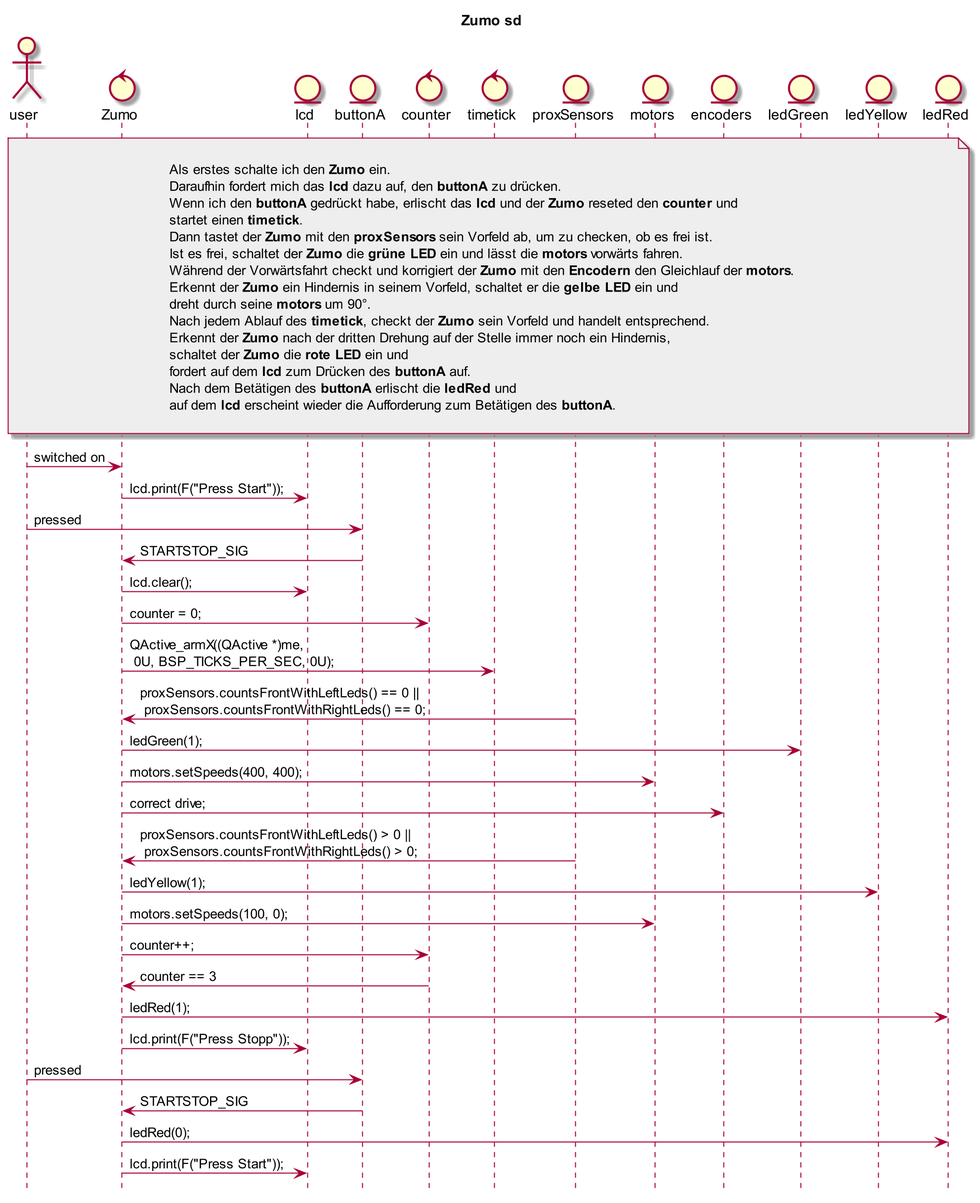
The PlantUML diagram Zumo_SD.png in orje/Zumo_QM_QPnano, before a commit.
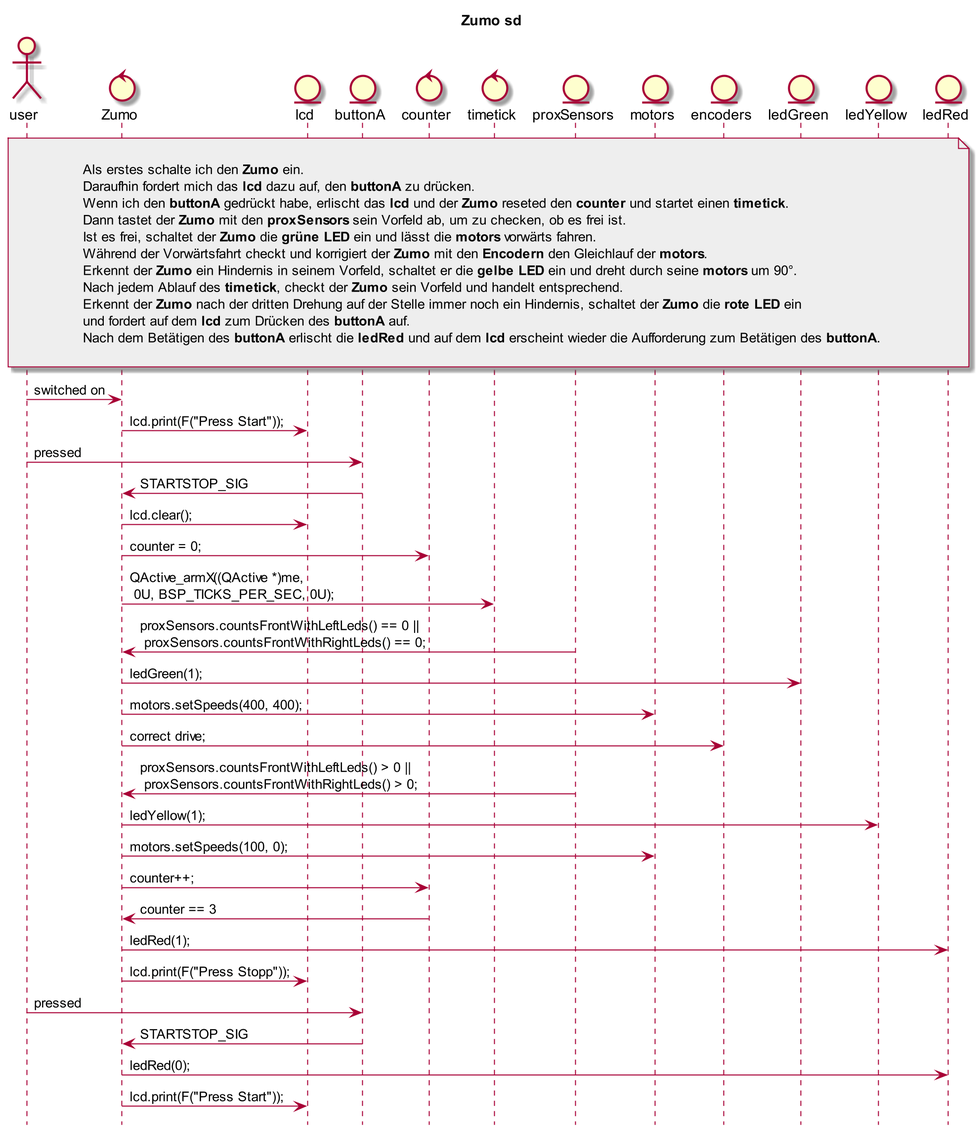
Above is the later version.

The edit, as a diff of the source:
```diff
@@ -25,19 +25,15 @@
 
 Als erstes schalte ich den **Zumo** ein.
 Daraufhin fordert mich das **lcd** dazu auf, den **buttonA** zu drücken.
-Wenn ich den **buttonA** gedrückt habe, erlischt das **lcd** und der **Zumo** reseted den **counter** und
-startet einen **timetick**.
+Wenn ich den **buttonA** gedrückt habe, erlischt das **lcd** und der **Zumo** reseted den **counter** und startet einen **timetick**.
 Dann tastet der **Zumo** mit den **proxSensors** sein Vorfeld ab, um zu checken, ob es frei ist.
 Ist es frei, schaltet der **Zumo** die **grüne LED** ein und lässt die **motors** vorwärts fahren.
 Während der Vorwärtsfahrt checkt und korrigiert der **Zumo** mit den **Encodern** den Gleichlauf der **motors**.
-Erkennt der **Zumo** ein Hindernis in seinem Vorfeld, schaltet er die **gelbe LED** ein und
-dreht durch seine **motors** um 90°.
+Erkennt der **Zumo** ein Hindernis in seinem Vorfeld, schaltet er die **gelbe LED** ein und dreht durch seine **motors** um 90°.
 Nach jedem Ablauf des **timetick**, checkt der **Zumo** sein Vorfeld und handelt entsprechend.
-Erkennt der **Zumo** nach der dritten Drehung auf der Stelle immer noch ein Hindernis,
-schaltet der **Zumo** die **rote LED** ein und
-fordert auf dem **lcd** zum Drücken des **buttonA** auf.
-Nach dem Betätigen des **buttonA** erlischt die **ledRed** und
-auf dem **lcd** erscheint wieder die Aufforderung zum Betätigen des **buttonA**.
+Erkennt der **Zumo** nach der dritten Drehung auf der Stelle immer noch ein Hindernis, schaltet der **Zumo** die **rote LED** ein
+und fordert auf dem **lcd** zum Drücken des **buttonA** auf.
+Nach dem Betätigen des **buttonA** erlischt die **ledRed** und auf dem **lcd** erscheint wieder die Aufforderung zum Betätigen des **buttonA**.
 
 end note
 
```
